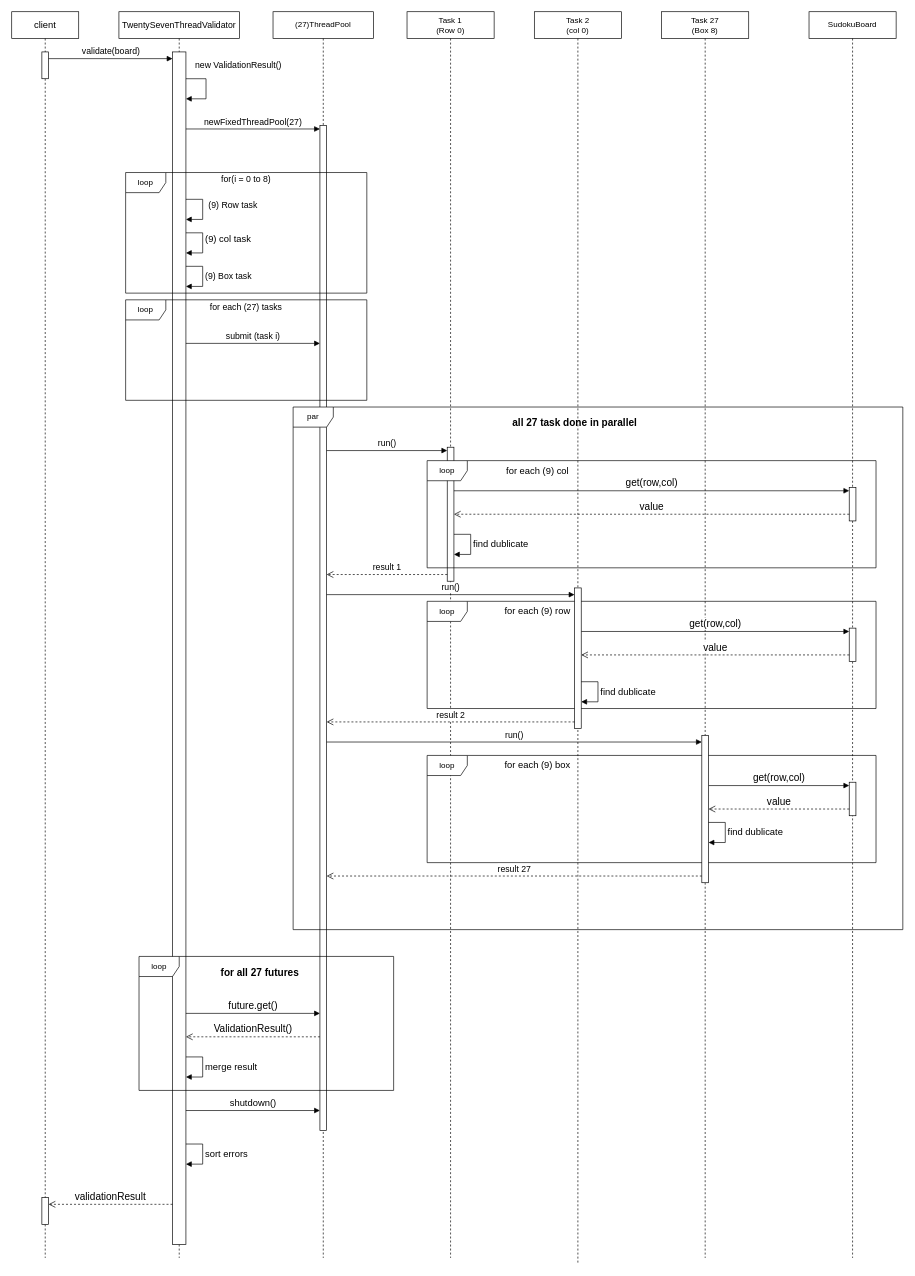
Earlier version of the draw.io diagram diagrams/mode27 sequence diagram.drawio (Smook-e/Prog_lab9). Source tidied: cells renumbered, new cells numbered last; positions are measured from the earlier drawing's top-left corner, leaving out a move shared by most shapes. Both pictures are drawn from the tidied source at 67%, with x=0, y=0 at pixel (11, 11).
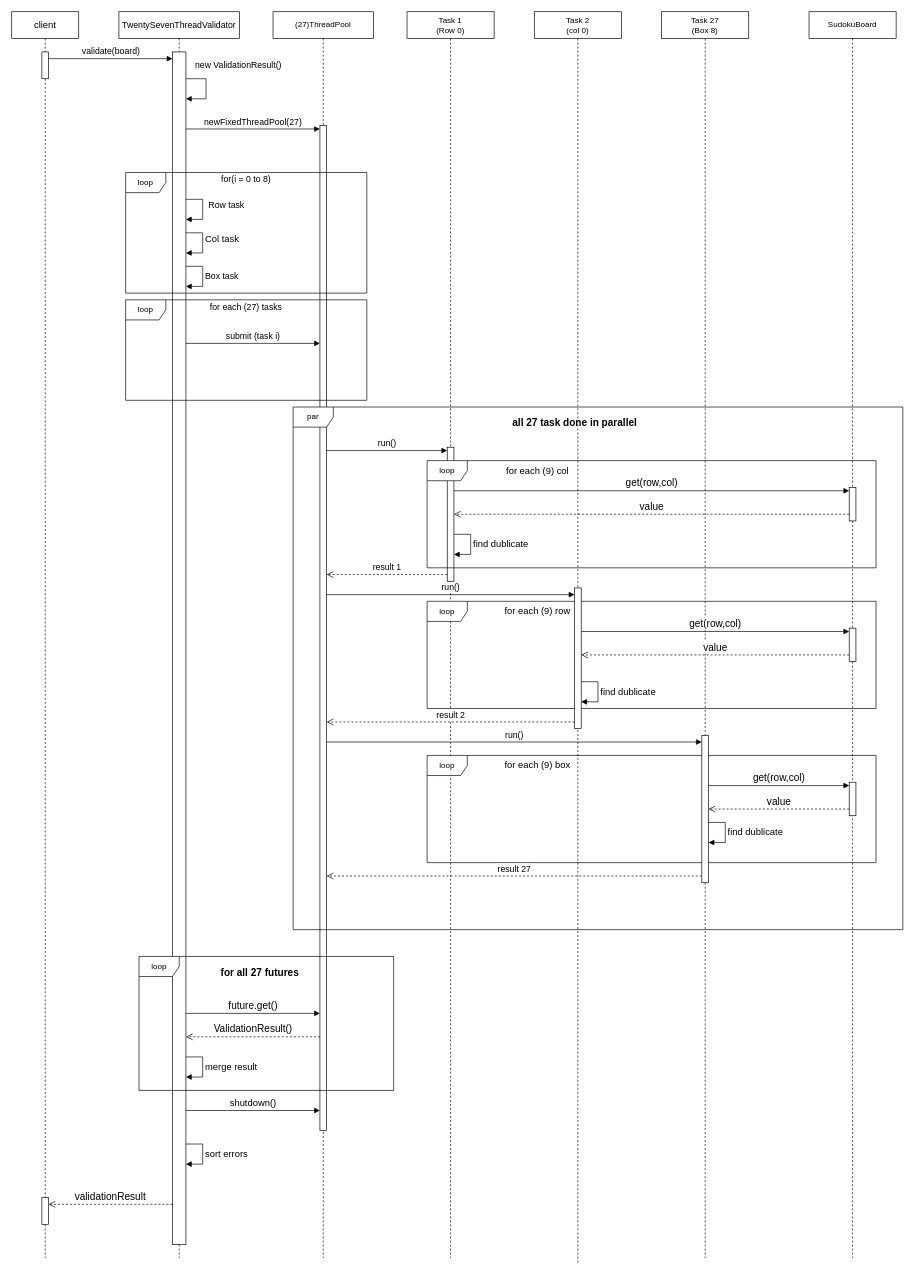
Above is the later version.

The change refers to these unchanged cells:
```xml
<mxCell id="2" value="TwentySevenThreadValidator" style="shape=umlLifeline;perimeter=lifelinePerimeter;whiteSpace=wrap;html=1;newEdgeStyle={&quot;curved&quot;:0,&quot;rounded&quot;:0};fontSize=13;" parent="1" vertex="1">
  <mxGeometry x="160" width="180" height="1860" as="geometry" />
</mxCell>
```

Change to the diagram source:
```diff
@@
-    <mxCell id="5" value="(9) Row task" style="html=1;align=left;spacingLeft=2;endArrow=block;rounded=0;edgeStyle=orthogonalEdgeStyle;curved=0;rounded=0;fontSize=13;" parent="2" edge="1">
+    <mxCell id="5" value="Row task" style="html=1;align=left;spacingLeft=2;endArrow=block;rounded=0;edgeStyle=orthogonalEdgeStyle;curved=0;rounded=0;fontSize=13;" parent="2" edge="1">
       <mxGeometry x="-0.12" y="5" relative="1" as="geometry">
         <mxPoint x="100" y="280" as="sourcePoint" />
         <mxPoint x="100" y="310" as="targetPoint" />
         <Array as="points">
           <mxPoint x="125" y="310" />
         </Array>
         <mxPoint y="-1" as="offset" />
       </mxGeometry>
     </mxCell>
-    <mxCell id="6" value="(9) col task" style="html=1;align=left;spacingLeft=2;endArrow=block;rounded=0;edgeStyle=orthogonalEdgeStyle;curved=0;rounded=0;fontSize=14;" parent="2" edge="1">
+    <mxCell id="6" value="Col task" style="html=1;align=left;spacingLeft=2;endArrow=block;rounded=0;edgeStyle=orthogonalEdgeStyle;curved=0;rounded=0;fontSize=14;" parent="2" edge="1">
       <mxGeometry x="-0.12" relative="1" as="geometry">
         <mxPoint x="100" y="330" as="sourcePoint" />
         <mxPoint x="100" y="360" as="targetPoint" />
         <Array as="points">
           <mxPoint x="125" y="360" />
         </Array>
         <mxPoint y="-1" as="offset" />
       </mxGeometry>
     </mxCell>
@@
-    <mxCell id="54" value="(9) Box task" style="html=1;align=left;spacingLeft=2;endArrow=block;rounded=0;edgeStyle=orthogonalEdgeStyle;curved=0;rounded=0;fontSize=13;" parent="1" edge="1">
+    <mxCell id="54" value="Box task" style="html=1;align=left;spacingLeft=2;endArrow=block;rounded=0;edgeStyle=orthogonalEdgeStyle;curved=0;rounded=0;fontSize=13;" parent="1" edge="1">
       <mxGeometry relative="1" as="geometry">
         <mxPoint x="260" y="380" as="sourcePoint" />
         <mxPoint x="260" y="410" as="targetPoint" />
         <Array as="points">
           <mxPoint x="285" y="410" />
         </Array>
       </mxGeometry>
     </mxCell>
```
